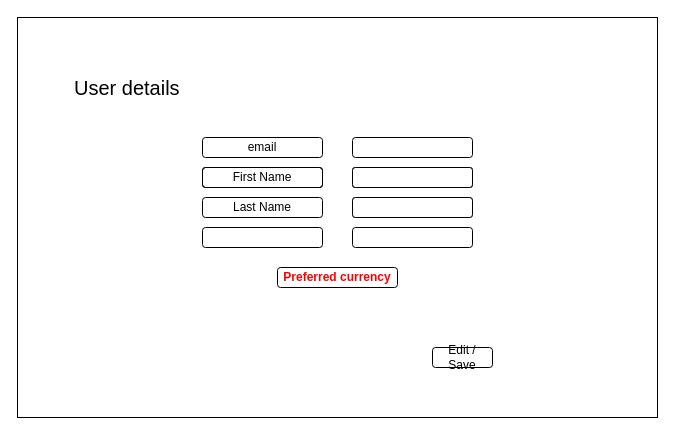
The draw.io diagram UserProfile_page.drawio in malshan1998/draw.io, before the edit. Source tidied: cells renumbered, new cells numbered last; positions are measured from the earlier drawing's top-left corner, leaving out a move shared by most shapes. Both pictures are drawn from the tidied source at 100%, with x=0, y=0 at pixel (17, 17).
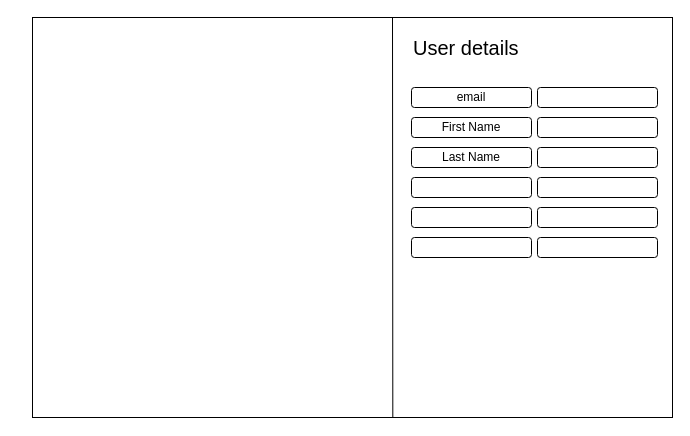
The same diagram, later.

Diff of the diagram source:
```diff
@@
 <mxGraphModel>
   <root>
     <mxCell id="0" />
     <mxCell id="1" parent="0" />
     <mxCell id="2" style="rounded=0;whiteSpace=wrap;html=1;fillColor=none;" parent="1" vertex="1">
-      <mxGeometry width="640" height="400" as="geometry" />
+      <mxGeometry x="15" width="640" height="400" as="geometry" />
     </mxCell>
     <mxCell id="3" style="rounded=1;whiteSpace=wrap;html=1;" parent="1" vertex="1">
-      <mxGeometry x="335" y="120" width="120" height="20" as="geometry" />
+      <mxGeometry x="520" y="70" width="120" height="20" as="geometry" />
     </mxCell>
-    <mxCell id="4" style="rounded=1;whiteSpace=wrap;html=1;align=left;" parent="1" vertex="1">
-      <mxGeometry x="335" y="150" width="120" height="20" as="geometry" />
-    </mxCell>
-    <mxCell id="5" style="rounded=1;whiteSpace=wrap;html=1;align=left;" parent="1" vertex="1">
-      <mxGeometry x="335" y="180" width="120" height="20" as="geometry" />
-    </mxCell>
     <mxCell id="6" value="User details" style="rounded=0;whiteSpace=wrap;html=1;fillColor=none;strokeColor=none;fontSize=20;align=left;" parent="1" vertex="1">
-      <mxGeometry x="55" y="40" width="190" height="60" as="geometry" />
+      <mxGeometry x="394" width="190" height="60" as="geometry" />
     </mxCell>
-    <mxCell id="7" style="rounded=1;whiteSpace=wrap;html=1;fillColor=none;" parent="1" vertex="1">
-      <mxGeometry x="185" y="150" width="120" height="20" as="geometry" />
-    </mxCell>
     <mxCell id="8" value="Last Name" style="rounded=1;whiteSpace=wrap;html=1;fillColor=none;" parent="1" vertex="1">
-      <mxGeometry x="185" y="180" width="120" height="20" as="geometry" />
+      <mxGeometry x="394" y="130" width="120" height="20" as="geometry" />
     </mxCell>
     <mxCell id="9" value="email" style="rounded=1;whiteSpace=wrap;html=1;fillColor=none;" parent="1" vertex="1">
-      <mxGeometry x="185" y="120" width="120" height="20" as="geometry" />
+      <mxGeometry x="394" y="70" width="120" height="20" as="geometry" />
     </mxCell>
     <mxCell id="10" value="First Name" style="rounded=1;whiteSpace=wrap;html=1;fillColor=none;" parent="1" vertex="1">
-      <mxGeometry x="185" y="150" width="120" height="20" as="geometry" />
+      <mxGeometry x="394" y="100" width="120" height="20" as="geometry" />
     </mxCell>
-    <mxCell id="11" style="rounded=1;whiteSpace=wrap;html=1;align=left;" parent="1" vertex="1">
-      <mxGeometry x="335" y="150" width="120" height="20" as="geometry" />
-    </mxCell>
     <mxCell id="12" style="rounded=1;whiteSpace=wrap;html=1;align=left;" parent="1" vertex="1">
-      <mxGeometry x="335" y="180" width="120" height="20" as="geometry" />
+      <mxGeometry x="520" y="130" width="120" height="20" as="geometry" />
     </mxCell>
     <mxCell id="13" style="rounded=1;whiteSpace=wrap;html=1;align=left;" parent="1" vertex="1">
-      <mxGeometry x="335" y="150" width="120" height="20" as="geometry" />
+      <mxGeometry x="520" y="100" width="120" height="20" as="geometry" />
     </mxCell>
     <mxCell id="14" style="rounded=1;whiteSpace=wrap;html=1;fillColor=none;" parent="1" vertex="1">
-      <mxGeometry x="185" y="210" width="120" height="20" as="geometry" />
+      <mxGeometry x="394" y="160" width="120" height="20" as="geometry" />
     </mxCell>
     <mxCell id="15" style="rounded=1;whiteSpace=wrap;html=1;align=left;" parent="1" vertex="1">
-      <mxGeometry x="335" y="210" width="120" height="20" as="geometry" />
+      <mxGeometry x="520" y="160" width="120" height="20" as="geometry" />
     </mxCell>
-    <mxCell id="16" value="Edit / Save" style="rounded=1;whiteSpace=wrap;html=1;fillColor=none;" parent="1" vertex="1">
-      <mxGeometry x="415" y="330" width="60" height="20" as="geometry" />
-    </mxCell>
-    <mxCell id="17" value="&lt;div&gt;Preferred currency&lt;/div&gt;" style="rounded=1;whiteSpace=wrap;html=1;fontStyle=1;fontColor=#ff0000;" parent="1" vertex="1">
-      <mxGeometry x="260" y="250" width="120" height="20" as="geometry" />
-    </mxCell>
+    <mxCell id="18" style="rounded=1;whiteSpace=wrap;html=1;fillColor=none;" parent="1" vertex="1">
+      <mxGeometry x="394" y="190" width="120" height="20" as="geometry" />
+    </mxCell>
+    <mxCell id="19" style="rounded=1;whiteSpace=wrap;html=1;align=left;" parent="1" vertex="1">
+      <mxGeometry x="520" y="190" width="120" height="20" as="geometry" />
+    </mxCell>
+    <mxCell id="20" style="rounded=1;whiteSpace=wrap;html=1;fillColor=none;" parent="1" vertex="1">
+      <mxGeometry x="394" y="220" width="120" height="20" as="geometry" />
+    </mxCell>
+    <mxCell id="21" style="rounded=1;whiteSpace=wrap;html=1;align=left;" parent="1" vertex="1">
+      <mxGeometry x="520" y="220" width="120" height="20" as="geometry" />
+    </mxCell>
+    <mxCell id="22" style="endArrow=none;html=1;rounded=0;exitX=0.563;exitY=1;exitDx=0;exitDy=0;exitPerimeter=0;" parent="1" edge="1" source="2">
+      <mxGeometry relative="1" as="geometry">
+        <mxPoint x="375" as="targetPoint" />
+      </mxGeometry>
+    </mxCell>
   </root>
 </mxGraphModel>
```
